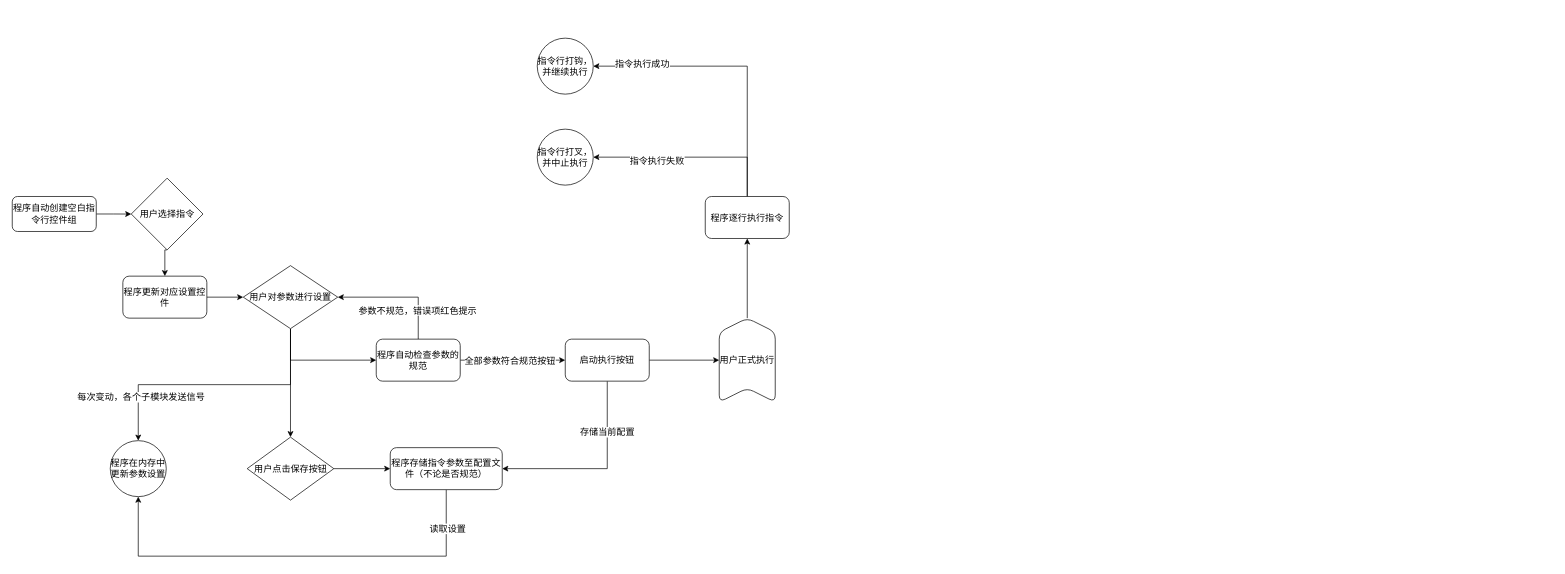
Above: 流程设计.drawio in PPJUST/waterRPA_GUI (draw.io), before the change. Source tidied: cells renumbered, new cells numbered last; positions are measured from the earlier drawing's top-left corner, leaving out a move shared by most shapes. Both pictures are drawn from the tidied source at 70%, with x=0, y=0 at pixel (12, 38).
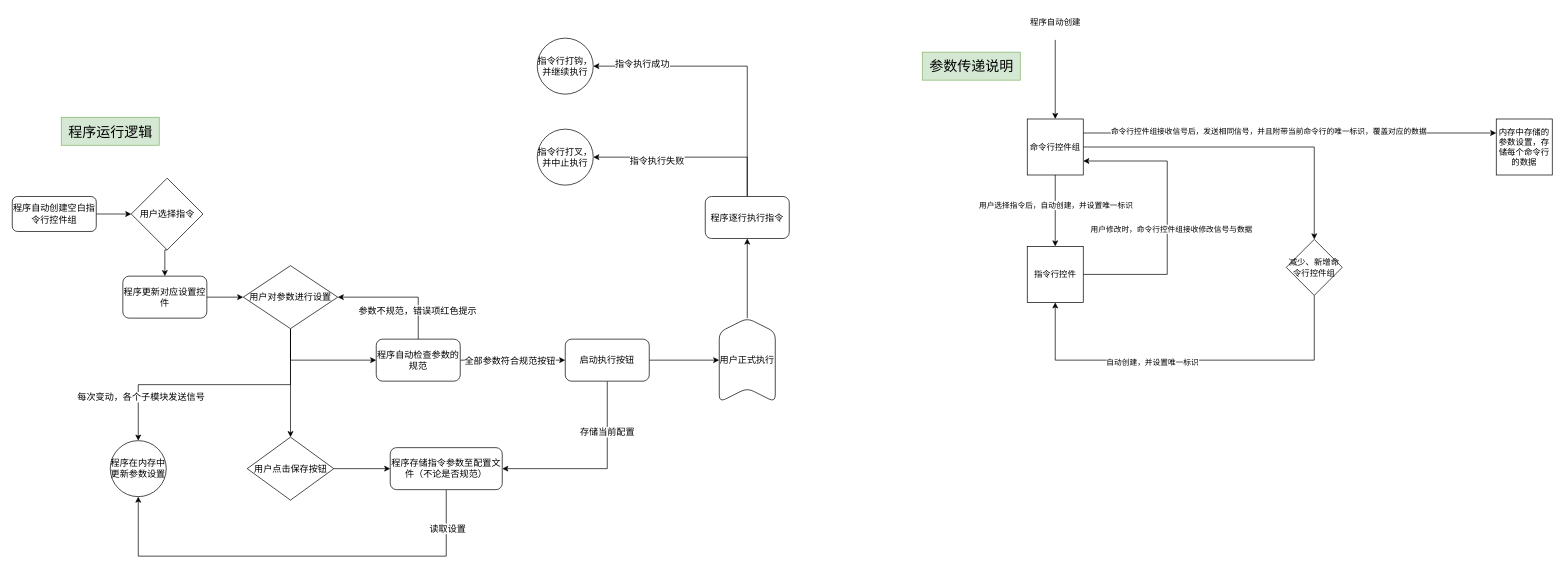
After the change.

What changed in the source:
```diff
@@
+    <mxCell id="37" value="程序运行逻辑" style="text;html=1;align=center;verticalAlign=middle;strokeColor=#82b366;fillColor=#d5e8d4;fontSize=20;" parent="1" vertex="1">
+      <mxGeometry x="70" y="113" width="140" height="40" as="geometry" />
+    </mxCell>
+    <mxCell id="38" value="参数传递说明" style="text;html=1;align=center;verticalAlign=middle;strokeColor=#82b366;fillColor=#d5e8d4;fontSize=20;" parent="1" vertex="1">
+      <mxGeometry x="1300" y="20" width="140" height="40" as="geometry" />
+    </mxCell>
+    <mxCell id="39" style="edgeStyle=orthogonalEdgeStyle;rounded=0;jettySize=auto;html=1;" parent="1" edge="1" source="44" target="50">
+      <mxGeometry relative="1" as="geometry" />
+    </mxCell>
+    <mxCell id="40" value="用户选择指令后，自动创建，并设置唯一标识" style="edgeLabel;html=1;align=center;verticalAlign=middle;" parent="39" vertex="1">
+      <mxGeometry x="0.14" y="-5" relative="1" as="geometry">
+        <mxPoint x="5" y="-15" as="offset" />
+      </mxGeometry>
+    </mxCell>
+    <mxCell id="41" style="edgeStyle=orthogonalEdgeStyle;rounded=0;jettySize=auto;html=1;exitX=1;exitY=0.25;exitDx=0;exitDy=0;entryX=0;entryY=0.25;entryDx=0;entryDy=0;" parent="1" edge="1" source="44" target="45">
+      <mxGeometry relative="1" as="geometry" />
+    </mxCell>
+    <mxCell id="42" value="命令行控件组接收信号后，发送相同信号，并且附带当前命令行的唯一标识，覆盖对应的数据" style="edgeLabel;html=1;align=center;verticalAlign=middle;" parent="41" vertex="1">
+      <mxGeometry x="-0.19" y="-3" relative="1" as="geometry">
+        <mxPoint x="25" y="-6" as="offset" />
+      </mxGeometry>
+    </mxCell>
+    <mxCell id="43" style="edgeStyle=orthogonalEdgeStyle;rounded=0;jettySize=auto;html=1;exitX=1;exitY=0.5;exitDx=0;exitDy=0;entryX=0.5;entryY=0;entryDx=0;entryDy=0;" parent="1" edge="1" source="44" target="53">
+      <mxGeometry relative="1" as="geometry" />
+    </mxCell>
+    <mxCell id="44" value="命令行控件组" style="whiteSpace=wrap;html=1;" parent="1" vertex="1">
+      <mxGeometry x="1450" y="115.5" width="80" height="80" as="geometry" />
+    </mxCell>
+    <mxCell id="45" value="内存中存储的参数设置，存储每个命令行的数据" style="whiteSpace=wrap;html=1;" parent="1" vertex="1">
+      <mxGeometry x="2120" y="115.5" width="80" height="80" as="geometry" />
+    </mxCell>
+    <mxCell id="46" style="endArrow=classic;html=1;rounded=0;entryX=0.5;entryY=0;entryDx=0;entryDy=0;" parent="1" edge="1" target="44">
+      <mxGeometry relative="1" as="geometry">
+        <mxPoint x="1490" y="2.5" as="sourcePoint" />
+      </mxGeometry>
+    </mxCell>
+    <mxCell id="47" value="程序自动创建" style="text;html=1;align=center;verticalAlign=middle;strokeColor=none;fillColor=none;" parent="1" vertex="1">
+      <mxGeometry x="1440" y="-37.5" width="100" height="30" as="geometry" />
+    </mxCell>
+    <mxCell id="48" style="edgeStyle=orthogonalEdgeStyle;rounded=0;jettySize=auto;html=1;exitX=1;exitY=0.5;exitDx=0;exitDy=0;entryX=1;entryY=0.75;entryDx=0;entryDy=0;" parent="1" edge="1" source="50" target="44">
+      <mxGeometry relative="1" as="geometry">
+        <Array as="points">
+          <mxPoint x="1650" y="337.5" />
+          <mxPoint x="1650" y="175.5" />
+        </Array>
+      </mxGeometry>
+    </mxCell>
+    <mxCell id="49" value="用户修改时，命令行控件组接收修改信号与数据" style="edgeLabel;html=1;align=center;verticalAlign=middle;" parent="48" vertex="1">
+      <mxGeometry x="0.06" y="-5" relative="1" as="geometry">
+        <mxPoint y="28" as="offset" />
+      </mxGeometry>
+    </mxCell>
+    <mxCell id="50" value="指令行控件" style="whiteSpace=wrap;html=1;" parent="1" vertex="1">
+      <mxGeometry x="1450" y="297.5" width="80" height="80" as="geometry" />
+    </mxCell>
+    <mxCell id="51" style="edgeStyle=orthogonalEdgeStyle;rounded=0;jettySize=auto;html=1;exitX=0.5;exitY=1;exitDx=0;exitDy=0;entryX=0.5;entryY=1;entryDx=0;entryDy=0;" parent="1" edge="1" source="53" target="50">
+      <mxGeometry relative="1" as="geometry">
+        <Array as="points">
+          <mxPoint x="1860" y="460" />
+          <mxPoint x="1490" y="460" />
+        </Array>
+      </mxGeometry>
+    </mxCell>
+    <mxCell id="52" value="自动创建，并设置唯一标识" style="edgeLabel;html=1;align=center;verticalAlign=middle;" parent="51" vertex="1">
+      <mxGeometry x="0.19" y="2" relative="1" as="geometry" />
+    </mxCell>
+    <mxCell id="53" value="减少、新增命令行控件组" style="rhombus;whiteSpace=wrap;html=1;" parent="1" vertex="1">
+      <mxGeometry x="1820" y="287.5" width="80" height="80" as="geometry" />
+    </mxCell>
```
